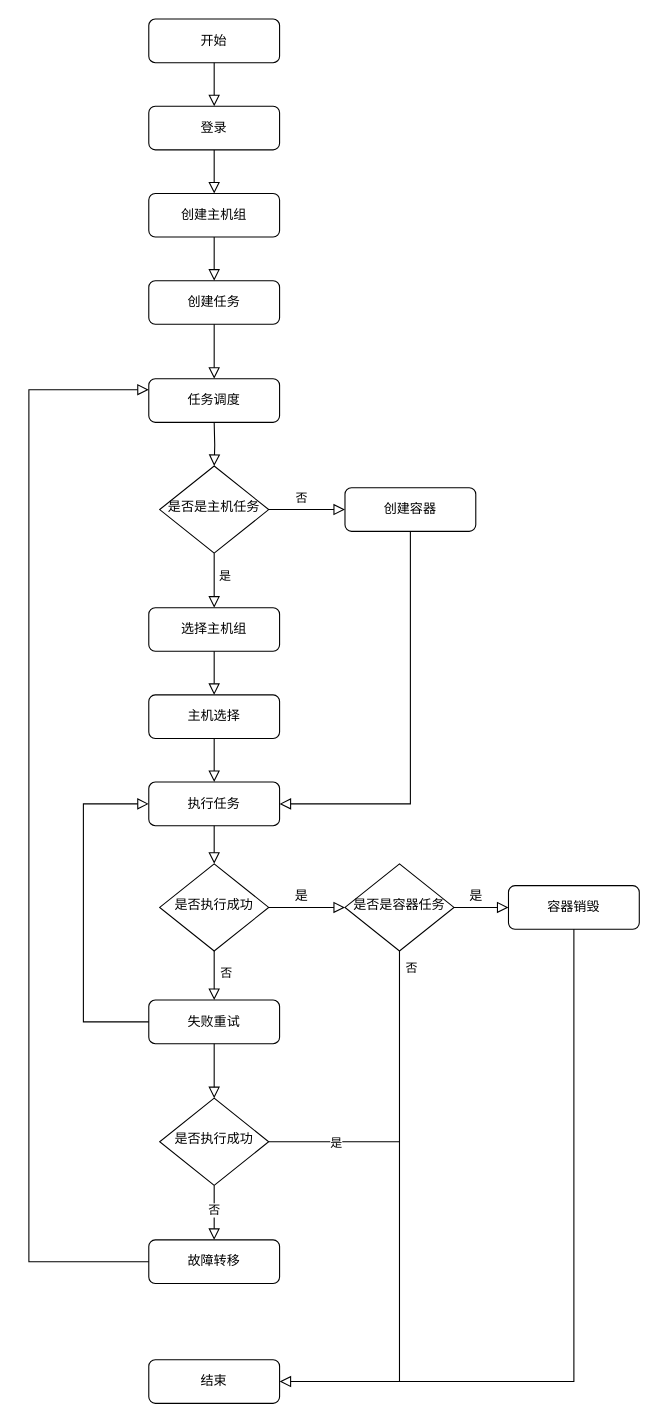
tianshengdiwangK/common keeps this draw.io diagram as 系统流程图.drawio. Above is the earlier version. Source tidied: cells renumbered, new cells numbered last; positions are measured from the earlier drawing's top-left corner, leaving out a move shared by most shapes. Both pictures are drawn from the tidied source at 109%, with x=0, y=0 at pixel (28, 19).
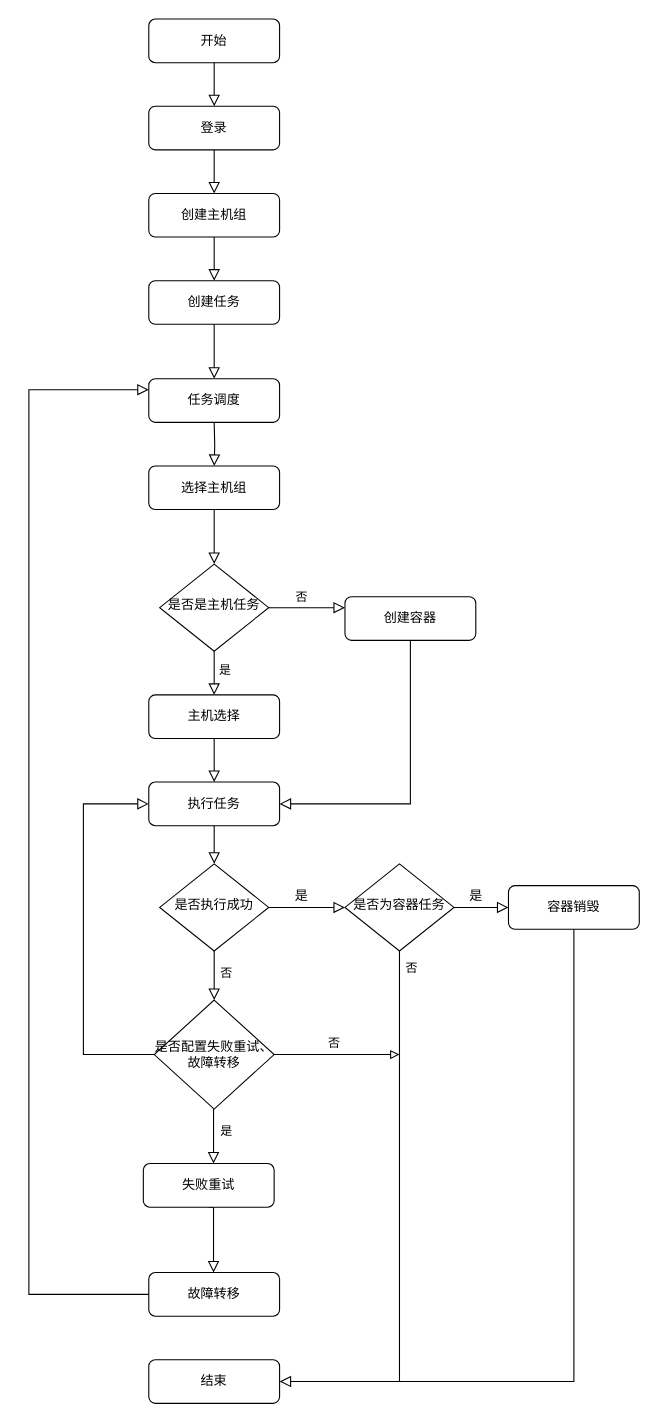
After the change.

Commit message:
更新系统流程图.drawio

The change refers to these unchanged cells:
```xml
<mxCell id="5" value="任务调度" style="rounded=1;whiteSpace=wrap;html=1;fontSize=12;glass=0;strokeWidth=1;shadow=0;" parent="1" vertex="1">
  <mxGeometry x="110" y="330" width="120" height="40" as="geometry" />
</mxCell>
<mxCell id="18" value="主机选择" style="rounded=1;whiteSpace=wrap;html=1;fontSize=12;glass=0;strokeWidth=1;shadow=0;" parent="1" vertex="1">
  <mxGeometry x="110" y="620" width="120" height="40" as="geometry" />
</mxCell>
<mxCell id="20" value="执行任务" style="rounded=1;whiteSpace=wrap;html=1;fontSize=12;glass=0;strokeWidth=1;shadow=0;" parent="1" vertex="1">
  <mxGeometry x="110" y="700" width="120" height="40" as="geometry" />
</mxCell>
<mxCell id="22" value="是否执行成功" style="rhombus;whiteSpace=wrap;html=1;shadow=0;fontFamily=Helvetica;fontSize=12;align=center;strokeWidth=1;spacing=6;spacingTop=-4;" parent="1" vertex="1">
  <mxGeometry x="120" y="775" width="100" height="80" as="geometry" />
</mxCell>
```

What changed in the source:
```diff
@@
     <mxCell id="3" value="是否是主机任务" style="rhombus;whiteSpace=wrap;html=1;shadow=0;fontFamily=Helvetica;fontSize=12;align=center;strokeWidth=1;spacing=6;spacingTop=-4;" parent="1" vertex="1">
-      <mxGeometry x="120" y="410" width="100" height="80" as="geometry" />
+      <mxGeometry x="120" y="500" width="100" height="80" as="geometry" />
     </mxCell>
@@
-    <mxCell id="12" value="否" style="rounded=0;html=1;jettySize=auto;fontSize=11;endArrow=block;endFill=0;endSize=8;strokeWidth=1;shadow=0;labelBackgroundColor=none;edgeStyle=orthogonalEdgeStyle;exitX=1;exitY=0.5;exitDx=0;exitDy=0;" parent="1" edge="1" source="3">
-      <mxGeometry x="-0.15" y="10" relative="1" as="geometry">
-        <mxPoint x="290" y="450" as="targetPoint" />
-      </mxGeometry>
+    <mxCell id="12" value="否" style="rounded=0;html=1;jettySize=auto;fontSize=11;endArrow=block;endFill=0;endSize=8;strokeWidth=1;shadow=0;labelBackgroundColor=none;edgeStyle=orthogonalEdgeStyle;exitX=1;exitY=0.5;exitDx=0;exitDy=0;entryX=0;entryY=0.25;entryDx=0;entryDy=0;" parent="1" edge="1" source="3" target="14">
+      <mxGeometry x="-0.15" y="10" relative="1" as="geometry" />
     </mxCell>
-    <mxCell id="13" style="rounded=0;html=1;jettySize=auto;fontSize=11;endArrow=block;endFill=0;endSize=8;strokeWidth=1;shadow=0;labelBackgroundColor=none;edgeStyle=orthogonalEdgeStyle;entryX=0.5;entryY=0;entryDx=0;entryDy=0;" parent="1" edge="1" target="3">
+    <mxCell id="13" style="rounded=0;html=1;jettySize=auto;fontSize=11;endArrow=block;endFill=0;endSize=8;strokeWidth=1;shadow=0;labelBackgroundColor=none;edgeStyle=orthogonalEdgeStyle;entryX=0.5;entryY=0;entryDx=0;entryDy=0;" parent="1" edge="1" target="16">
       <mxGeometry x="0.32" y="20" relative="1" as="geometry">
         <mxPoint x="170" y="370" as="sourcePoint" />
       </mxGeometry>
     </mxCell>
     <mxCell id="14" value="创建容器" style="rounded=1;whiteSpace=wrap;html=1;fontSize=12;glass=0;strokeWidth=1;shadow=0;" parent="1" vertex="1">
-      <mxGeometry x="290" y="430" width="120" height="40" as="geometry" />
+      <mxGeometry x="290" y="530" width="120" height="40" as="geometry" />
     </mxCell>
-    <mxCell id="15" value="是" style="rounded=0;html=1;jettySize=auto;fontSize=11;endArrow=block;endFill=0;endSize=8;strokeWidth=1;shadow=0;labelBackgroundColor=none;edgeStyle=orthogonalEdgeStyle;exitX=0.5;exitY=1;exitDx=0;exitDy=0;" parent="1" edge="1" source="3">
-      <mxGeometry x="-0.15" y="10" relative="1" as="geometry">
-        <mxPoint x="170" y="540" as="targetPoint" />
-      </mxGeometry>
+    <mxCell id="15" value="是" style="rounded=0;html=1;jettySize=auto;fontSize=11;endArrow=block;endFill=0;endSize=8;strokeWidth=1;shadow=0;labelBackgroundColor=none;edgeStyle=orthogonalEdgeStyle;exitX=0.5;exitY=1;exitDx=0;exitDy=0;entryX=0.5;entryY=0;entryDx=0;entryDy=0;" parent="1" edge="1" source="3" target="18">
+      <mxGeometry x="-0.15" y="10" relative="1" as="geometry" />
     </mxCell>
-    <mxCell id="16" value="选择主机组" style="rounded=1;whiteSpace=wrap;html=1;fontSize=12;glass=0;strokeWidth=1;shadow=0;" parent="1" vertex="1">
-      <mxGeometry x="110" y="540" width="120" height="40" as="geometry" />
-    </mxCell>
-    <mxCell id="17" style="rounded=0;html=1;jettySize=auto;fontSize=11;endArrow=block;endFill=0;endSize=8;strokeWidth=1;shadow=0;labelBackgroundColor=none;edgeStyle=orthogonalEdgeStyle;exitX=0.5;exitY=1;exitDx=0;exitDy=0;" parent="1" edge="1" source="16">
-      <mxGeometry x="-0.15" y="10" relative="1" as="geometry">
-        <mxPoint x="170" y="620" as="targetPoint" />
-      </mxGeometry>
-    </mxCell>
@@
-    <mxCell id="25" value="失败重试" style="rounded=1;whiteSpace=wrap;html=1;fontSize=12;glass=0;strokeWidth=1;shadow=0;" parent="1" vertex="1">
-      <mxGeometry x="110" y="900" width="120" height="40" as="geometry" />
-    </mxCell>
-    <mxCell id="26" style="rounded=0;html=1;jettySize=auto;fontSize=11;endArrow=block;endFill=0;endSize=8;strokeWidth=1;shadow=0;labelBackgroundColor=none;edgeStyle=orthogonalEdgeStyle;entryX=0.5;entryY=0;entryDx=0;entryDy=0;exitX=0.5;exitY=1;exitDx=0;exitDy=0;" parent="1" edge="1" source="22" target="25">
+    <mxCell id="26" style="rounded=0;html=1;jettySize=auto;fontSize=11;endArrow=block;endFill=0;endSize=8;strokeWidth=1;shadow=0;labelBackgroundColor=none;edgeStyle=orthogonalEdgeStyle;entryX=0.5;entryY=0;entryDx=0;entryDy=0;exitX=0.5;exitY=1;exitDx=0;exitDy=0;" parent="1" edge="1" source="22">
       <mxGeometry x="-0.15" y="10" relative="1" as="geometry">
+        <mxPoint x="170" y="900" as="targetPoint" />
         <Array as="points">
           <mxPoint x="170" y="890" />
           <mxPoint x="170" y="890" />
         </Array>
       </mxGeometry>
     </mxCell>
@@
-    <mxCell id="28" style="rounded=0;html=1;jettySize=auto;fontSize=11;endArrow=block;endFill=0;endSize=8;strokeWidth=1;shadow=0;labelBackgroundColor=none;edgeStyle=orthogonalEdgeStyle;entryX=0;entryY=0.5;entryDx=0;entryDy=0;exitX=0;exitY=0.5;exitDx=0;exitDy=0;" parent="1" edge="1" source="25" target="20">
+    <mxCell id="28" style="rounded=0;html=1;jettySize=auto;fontSize=11;endArrow=block;endFill=0;endSize=8;strokeWidth=1;shadow=0;labelBackgroundColor=none;edgeStyle=orthogonalEdgeStyle;entryX=0;entryY=0.5;entryDx=0;entryDy=0;exitX=0;exitY=0.5;exitDx=0;exitDy=0;" parent="1" edge="1" source="47" target="20">
       <mxGeometry x="-0.15" y="10" relative="1" as="geometry">
         <Array as="points">
-          <mxPoint x="50" y="920" />
+          <mxPoint x="50" y="950" />
           <mxPoint x="50" y="720" />
         </Array>
       </mxGeometry>
     </mxCell>
-    <mxCell id="29" value="是否执行成功" style="rhombus;whiteSpace=wrap;html=1;shadow=0;fontFamily=Helvetica;fontSize=12;align=center;strokeWidth=1;spacing=6;spacingTop=-4;" parent="1" vertex="1">
-      <mxGeometry x="120" y="990" width="100" height="80" as="geometry" />
-    </mxCell>
-    <mxCell id="30" style="rounded=0;html=1;jettySize=auto;fontSize=11;endArrow=block;endFill=0;endSize=8;strokeWidth=1;shadow=0;labelBackgroundColor=none;edgeStyle=orthogonalEdgeStyle;entryX=0.5;entryY=0;entryDx=0;entryDy=0;exitX=0.5;exitY=1;exitDx=0;exitDy=0;" parent="1" edge="1" source="25" target="29">
-      <mxGeometry x="-0.15" y="10" relative="1" as="geometry" />
+    <mxCell id="30" style="rounded=0;html=1;jettySize=auto;orthogonalLoop=1;fontSize=11;endArrow=block;endFill=0;endSize=8;strokeWidth=1;shadow=0;labelBackgroundColor=none;edgeStyle=orthogonalEdgeStyle;entryX=0.5;entryY=0;entryDx=0;entryDy=0;exitX=0.5;exitY=1;exitDx=0;exitDy=0;" parent="1" edge="1">
+      <mxGeometry x="-0.15" y="10" relative="1" as="geometry">
+        <mxPoint x="169.4" y="1000" as="sourcePoint" />
+        <mxPoint x="169.4" y="1050" as="targetPoint" />
+      </mxGeometry>
     </mxCell>
-    <mxCell id="31" style="endArrow=none;html=1;rounded=0;exitX=1;exitY=0.5;exitDx=0;exitDy=0;" parent="1" edge="1" source="29">
-      <mxGeometry relative="1" as="geometry">
-        <mxPoint x="340" y="1030" as="targetPoint" />
-      </mxGeometry>
-    </mxCell>
-    <mxCell id="32" value="是" style="edgeLabel;html=1;align=center;verticalAlign=middle;" parent="31" vertex="1">
-      <mxGeometry x="0.01" relative="1" as="geometry" />
+    <mxCell id="32" value="是" style="edgeLabel;html=1;align=center;verticalAlign=middle;" parent="30" vertex="1">
+      <mxGeometry x="-0.6" relative="1" as="geometry">
+        <mxPoint x="11" y="9" as="offset" />
+      </mxGeometry>
     </mxCell>
-    <mxCell id="33" style="rounded=0;html=1;jettySize=auto;fontSize=11;endArrow=block;endFill=0;endSize=8;strokeWidth=1;shadow=0;labelBackgroundColor=none;edgeStyle=orthogonalEdgeStyle;exitX=0.5;exitY=1;exitDx=0;exitDy=0;" parent="1" edge="1" source="29">
+    <mxCell id="33" style="rounded=0;html=1;jettySize=auto;fontSize=11;endArrow=block;endFill=0;endSize=8;strokeWidth=1;shadow=0;labelBackgroundColor=none;edgeStyle=orthogonalEdgeStyle;exitX=0.5;exitY=1;exitDx=0;exitDy=0;" parent="1" edge="1" source="25">
       <mxGeometry x="-0.15" y="10" relative="1" as="geometry">
-        <mxPoint x="170" y="1120" as="targetPoint" />
+        <mxPoint x="169.4" y="1150" as="targetPoint" />
         <Array as="points">
-          <mxPoint x="170" y="1100" />
-          <mxPoint x="170" y="1100" />
+          <mxPoint x="169" y="1090" />
         </Array>
       </mxGeometry>
     </mxCell>
-    <mxCell id="34" value="否" style="edgeLabel;html=1;align=center;verticalAlign=middle;" parent="33" vertex="1">
-      <mxGeometry x="-0.18" y="-1" relative="1" as="geometry">
-        <mxPoint y="1" as="offset" />
-      </mxGeometry>
-    </mxCell>
     <mxCell id="35" value="故障转移" style="rounded=1;whiteSpace=wrap;html=1;fontSize=12;glass=0;strokeWidth=1;shadow=0;" parent="1" vertex="1">
-      <mxGeometry x="110" y="1120" width="120" height="40" as="geometry" />
+      <mxGeometry x="110" y="1150" width="120" height="40" as="geometry" />
     </mxCell>
     <mxCell id="36" style="rounded=0;html=1;jettySize=auto;fontSize=11;endArrow=block;endFill=0;endSize=8;strokeWidth=1;shadow=0;labelBackgroundColor=none;edgeStyle=orthogonalEdgeStyle;exitX=0;exitY=0.5;exitDx=0;exitDy=0;entryX=0;entryY=0.25;entryDx=0;entryDy=0;" parent="1" edge="1" source="35" target="5">
       <mxGeometry x="-0.15" y="10" relative="1" as="geometry">
         <Array as="points">
-          <mxPoint y="1140" />
+          <mxPoint y="1170" />
           <mxPoint y="340" />
         </Array>
       </mxGeometry>
     </mxCell>
@@
-    <mxCell id="39" value="是否是容器任务" style="rhombus;whiteSpace=wrap;html=1;shadow=0;fontFamily=Helvetica;fontSize=12;align=center;strokeWidth=1;spacing=6;spacingTop=-4;" parent="1" vertex="1">
+    <mxCell id="39" value="是否为容器任务" style="rhombus;whiteSpace=wrap;html=1;shadow=0;fontFamily=Helvetica;fontSize=12;align=center;strokeWidth=1;spacing=6;spacingTop=-4;" parent="1" vertex="1">
       <mxGeometry x="290" y="775" width="100" height="80" as="geometry" />
     </mxCell>
@@
+    <mxCell id="16" value="选择主机组" style="rounded=1;whiteSpace=wrap;html=1;fontSize=12;glass=0;strokeWidth=1;shadow=0;" parent="1" vertex="1">
+      <mxGeometry x="110" y="410" width="120" height="40" as="geometry" />
+    </mxCell>
+    <mxCell id="46" style="rounded=0;html=1;jettySize=auto;fontSize=11;endArrow=block;endFill=0;endSize=8;strokeWidth=1;shadow=0;labelBackgroundColor=none;edgeStyle=orthogonalEdgeStyle;entryX=0.5;entryY=0;entryDx=0;entryDy=0;exitX=0.5;exitY=1;exitDx=0;exitDy=0;" parent="1" edge="1" source="16" target="3">
+      <mxGeometry x="0.32" y="20" relative="1" as="geometry" />
+    </mxCell>
+    <mxCell id="34" value="否" style="edgeStyle=orthogonalEdgeStyle;rounded=0;jettySize=auto;html=1;endArrow=block;endFill=0;" parent="1" edge="1" source="47">
+      <mxGeometry x="-0.05" y="10" relative="1" as="geometry">
+        <mxPoint x="340" y="950" as="targetPoint" />
+      </mxGeometry>
+    </mxCell>
+    <mxCell id="47" value="是否配置失败重试、故障转移" style="rhombus;whiteSpace=wrap;html=1;" parent="1" vertex="1">
+      <mxGeometry x="115" y="900" width="110" height="100" as="geometry" />
+    </mxCell>
+    <mxCell id="25" value="失败重试" style="rounded=1;whiteSpace=wrap;html=1;fontSize=12;glass=0;strokeWidth=1;shadow=0;" parent="1" vertex="1">
+      <mxGeometry x="105" y="1050" width="120" height="40" as="geometry" />
+    </mxCell>
```
